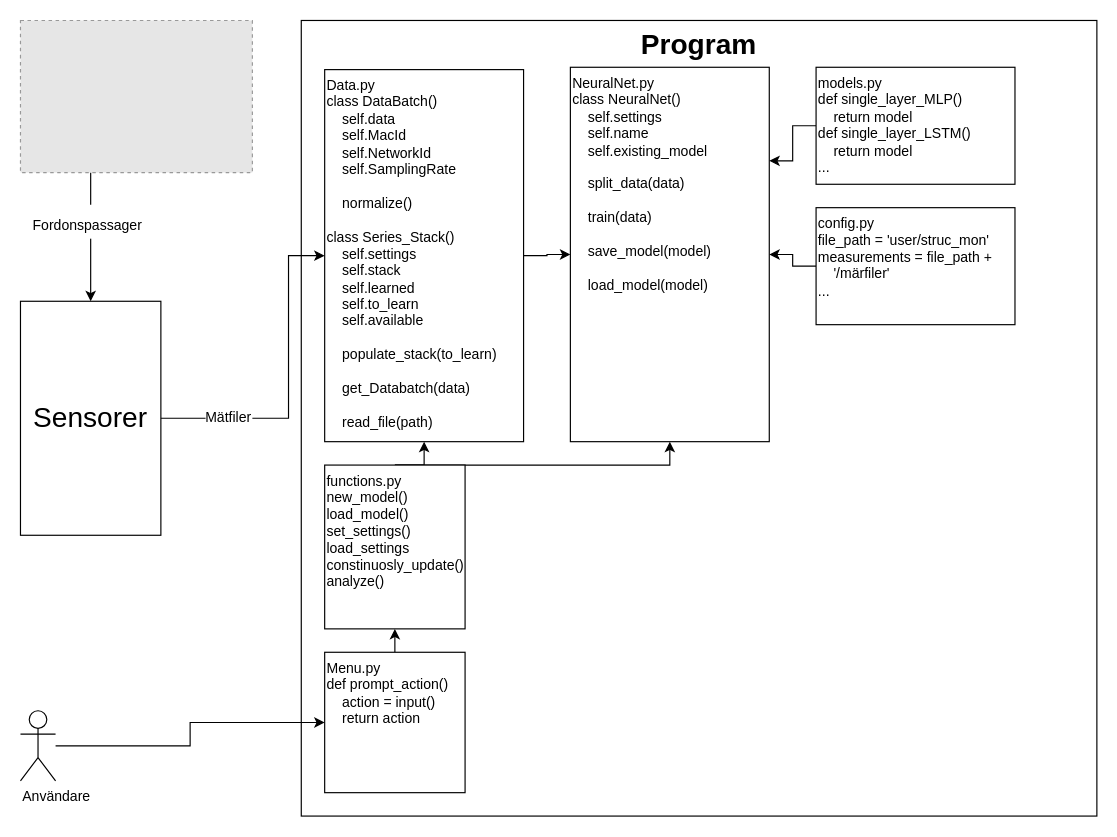
Above: klasschema.drawio in jesperiksson/struc-mon (draw.io), before the change. Source tidied: cells renumbered, new cells numbered last; positions are measured from the earlier drawing's top-left corner, leaving out a move shared by most shapes. Both pictures are drawn from the tidied source at 117%, with x=0, y=0 at pixel (20, 20). Pictures stored in the file or linked from it are replaced by grey dashed boxes.
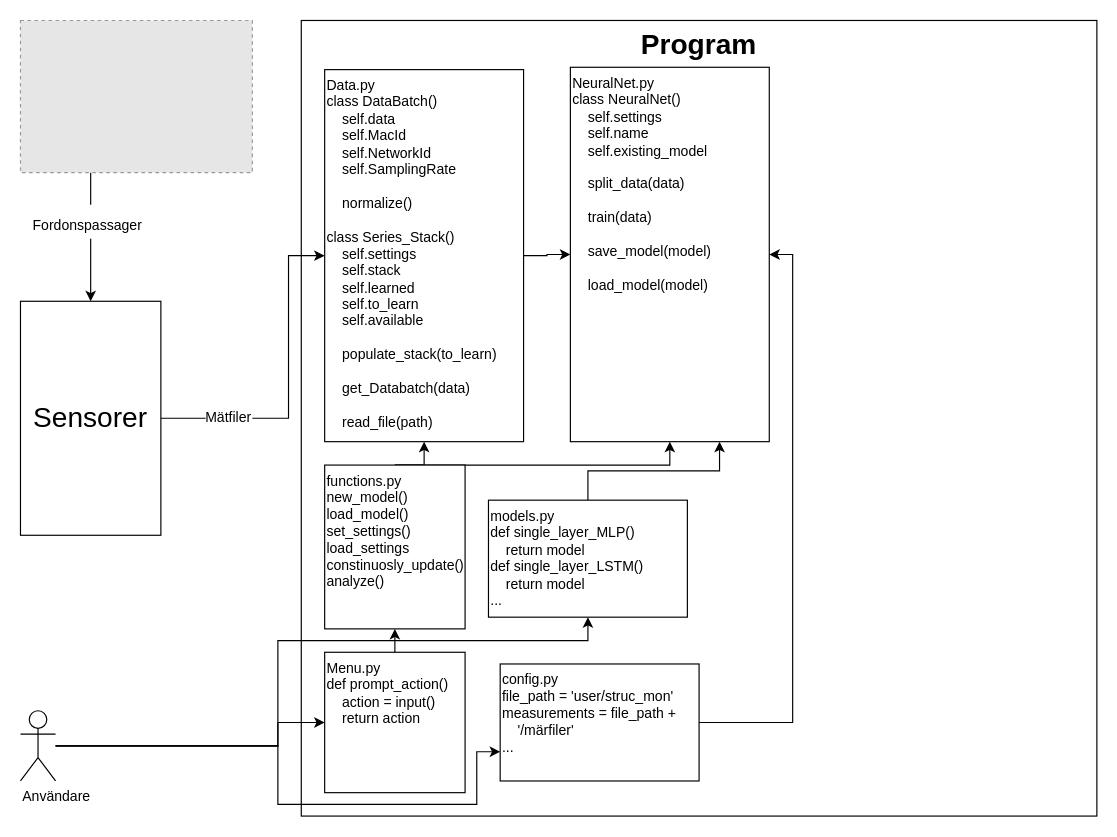
The same page after the edit.

The change refers to these unchanged cells:
```xml
<mxCell id="12" value="NeuralNet.py&lt;br&gt;class NeuralNet()&lt;br&gt;&amp;nbsp; &amp;nbsp; self.settings&lt;br&gt;&amp;nbsp; &amp;nbsp; self.name&lt;br&gt;&amp;nbsp; &amp;nbsp; self.existing_model&lt;br&gt;&lt;br&gt;&amp;nbsp; &amp;nbsp; split_data(data)&lt;br&gt;&lt;br&gt;&amp;nbsp; &amp;nbsp; train(data)&lt;br&gt;&lt;br&gt;&amp;nbsp; &amp;nbsp; save_model(model)&lt;br&gt;&lt;br&gt;&amp;nbsp; &amp;nbsp; load_model(model)" style="rounded=0;whiteSpace=wrap;html=1;fontSize=12;align=left;verticalAlign=top;" parent="1" vertex="1">
  <mxGeometry x="470" y="40" width="170" height="320" as="geometry" />
</mxCell>
<mxCell id="18" value="Menu.py&lt;br&gt;def prompt_action()&lt;br&gt;&amp;nbsp; &amp;nbsp; action = input()&lt;br&gt;&amp;nbsp; &amp;nbsp; return action" style="rounded=0;whiteSpace=wrap;html=1;fontSize=12;align=left;verticalAlign=top;" parent="1" vertex="1">
  <mxGeometry x="260" y="540" width="120" height="120" as="geometry" />
</mxCell>
<mxCell id="20" value="Användare" style="shape=umlActor;verticalLabelPosition=bottom;verticalAlign=top;html=1;outlineConnect=0;fontSize=12;align=left;" parent="1" vertex="1">
  <mxGeometry y="590" width="30" height="60" as="geometry" />
</mxCell>
```

Change to the diagram source:
```diff
@@
-    <mxCell id="13" style="edgeStyle=orthogonalEdgeStyle;rounded=0;jettySize=auto;html=1;exitX=0;exitY=0.5;exitDx=0;exitDy=0;entryX=1;entryY=0.25;entryDx=0;entryDy=0;endArrow=classic;endFill=1;fontSize=12;" parent="1" edge="1" source="14" target="12">
+    <mxCell id="13" style="edgeStyle=orthogonalEdgeStyle;rounded=0;jettySize=auto;html=1;entryX=0.75;entryY=1;entryDx=0;entryDy=0;" parent="1" edge="1" source="14" target="12">
       <mxGeometry relative="1" as="geometry" />
     </mxCell>
     <mxCell id="14" value="models.py&lt;br&gt;def single_layer_MLP()&lt;br&gt;&amp;nbsp; &amp;nbsp; return model&lt;br&gt;def single_layer_LSTM()&lt;br&gt;&amp;nbsp; &amp;nbsp; return model&lt;br&gt;..." style="rounded=0;whiteSpace=wrap;html=1;fontSize=12;align=left;verticalAlign=top;" parent="1" vertex="1">
-      <mxGeometry x="680" y="40" width="170" height="100" as="geometry" />
+      <mxGeometry x="400" y="410" width="170" height="100" as="geometry" />
     </mxCell>
     <mxCell id="15" style="edgeStyle=orthogonalEdgeStyle;rounded=0;jettySize=auto;html=1;exitX=0;exitY=0.5;exitDx=0;exitDy=0;entryX=1;entryY=0.5;entryDx=0;entryDy=0;endArrow=classic;endFill=1;fontSize=12;" parent="1" edge="1" source="16" target="12">
-      <mxGeometry relative="1" as="geometry" />
+      <mxGeometry relative="1" as="geometry">
+        <Array as="points">
+          <mxPoint x="660" y="600" />
+          <mxPoint x="660" y="200" />
+        </Array>
+      </mxGeometry>
     </mxCell>
     <mxCell id="16" value="config.py&lt;br&gt;file_path = 'user/struc_mon'&lt;br&gt;measurements = file_path +&amp;nbsp;&lt;br&gt;&amp;nbsp; &amp;nbsp; '/märfiler'&lt;br&gt;...&lt;br&gt;" style="rounded=0;whiteSpace=wrap;html=1;fontSize=12;verticalAlign=top;align=left;" parent="1" vertex="1">
-      <mxGeometry x="680" y="160" width="170" height="100" as="geometry" />
+      <mxGeometry x="410" y="550" width="170" height="100" as="geometry" />
     </mxCell>
@@
-    <mxCell id="19" style="edgeStyle=orthogonalEdgeStyle;rounded=0;jettySize=auto;html=1;entryX=0;entryY=0.5;entryDx=0;entryDy=0;endArrow=classic;endFill=1;fontSize=12;" parent="1" edge="1" source="20" target="18">
-      <mxGeometry relative="1" as="geometry" />
+    <mxCell id="19" style="edgeStyle=orthogonalEdgeStyle;rounded=0;jettySize=auto;html=1;endArrow=classic;endFill=1;fontSize=12;entryX=0;entryY=0.75;entryDx=0;entryDy=0;" parent="1" edge="1" source="20" target="16">
+      <mxGeometry relative="1" as="geometry">
+        <Array as="points">
+          <mxPoint x="220" y="620" />
+          <mxPoint x="220" y="670" />
+          <mxPoint x="390" y="670" />
+          <mxPoint x="390" y="625" />
+        </Array>
+      </mxGeometry>
     </mxCell>
+    <mxCell id="24" style="edgeStyle=orthogonalEdgeStyle;rounded=0;jettySize=auto;html=1;" parent="1" edge="1" source="20" target="14">
+      <mxGeometry relative="1" as="geometry">
+        <Array as="points">
+          <mxPoint x="220" y="620" />
+          <mxPoint x="220" y="530" />
+          <mxPoint x="485" y="530" />
+        </Array>
+      </mxGeometry>
+    </mxCell>
+    <mxCell id="25" style="edgeStyle=orthogonalEdgeStyle;rounded=0;jettySize=auto;html=1;entryX=0;entryY=0.5;entryDx=0;entryDy=0;" parent="1" edge="1" source="20" target="18">
+      <mxGeometry relative="1" as="geometry">
+        <Array as="points">
+          <mxPoint x="220" y="620" />
+          <mxPoint x="220" y="600" />
+        </Array>
+      </mxGeometry>
+    </mxCell>
```
